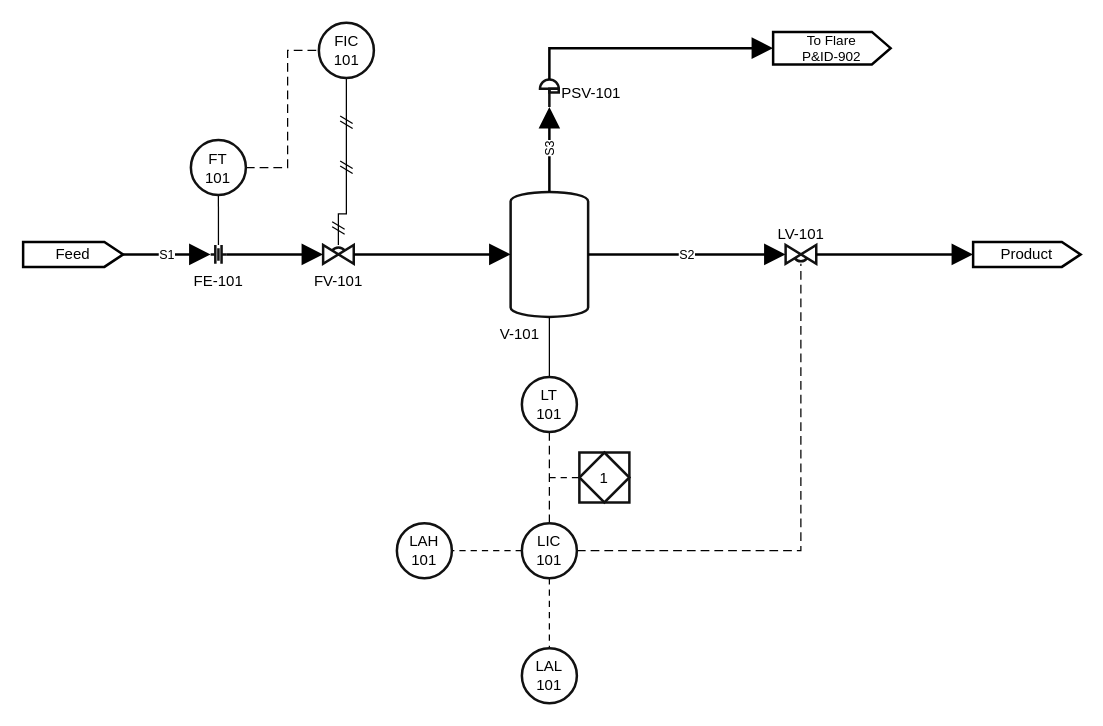
Before: drawio-samples/04_control_loop.drawio in Alpha9463/pandid, a draw.io diagram. Source tidied: cells renumbered, new cells numbered last; positions are measured from the earlier drawing's top-left corner, leaving out a move shared by most shapes. Both pictures are drawn from the tidied source at 125%, with x=0, y=0 at pixel (22, 22).
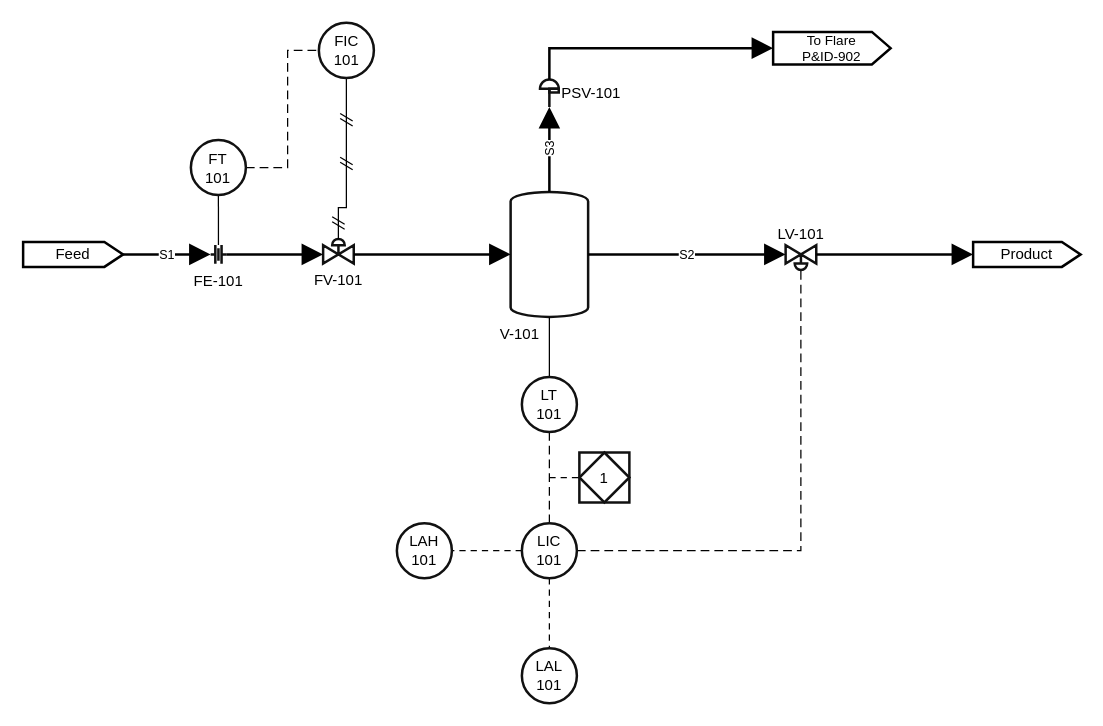
The same diagram, later.

Commit message (it also covers changes not shown here):
chore(drawio): regenerate the samples over the control-valve actuator

The change refers to these unchanged cells:
```xml
<mxCell id="4" value="V-101" style="html=1;shape=mxgraph.pid.vessels.pressurized_vessel;outlineConnect=0;strokeColor=#111;fillColor=none;strokeWidth=2;verticalLabelPosition=bottom;verticalAlign=top;align=center;fontSize=12;" parent="1" vertex="1">
  <mxGeometry x="390" y="135" width="62" height="100" as="geometry">
    <mxPoint x="-24" as="offset" />
  </mxGeometry>
</mxCell>
<mxCell id="5" value="FE-101" style="html=1;shape=mxgraph.pid.valves.orifice;outlineConnect=0;strokeColor=#111;fillColor=none;strokeWidth=2;verticalLabelPosition=bottom;verticalAlign=top;align=center;fontSize=12;" parent="1" vertex="1">
  <mxGeometry x="150" y="177.5" width="12.5" height="15" as="geometry" />
</mxCell>
<mxCell id="7" value="Product" style="html=1;shape=offPageConnector;size=0.174419;direction=north;anchorPointDirection=0;legacyAnchorPoints=1;rounded=0;whiteSpace=wrap;strokeColor=#000000;fillColor=none;strokeWidth=2;verticalLabelPosition=middle;verticalAlign=middle;align=center;fontSize=12;" parent="1" vertex="1">
  <mxGeometry x="760" y="175" width="86" height="20" as="geometry" />
</mxCell>
<mxCell id="33" value="FIC&lt;br&gt;101" style="html=1;shape=ellipse;rounded=0;whiteSpace=wrap;strokeColor=#111;fillColor=#ffffff;strokeWidth=2;verticalLabelPosition=middle;verticalAlign=middle;align=center;fontSize=12;" parent="1" vertex="1">
  <mxGeometry x="236.6" y="-0.2" width="44" height="44" as="geometry" />
</mxCell>
```

The edit, as a diff of the source:
```diff
@@
-    <mxCell id="3" value="FV-101" style="html=1;shape=mxgraph.pid.valves.diaphragm;outlineConnect=0;strokeColor=#111;fillColor=none;strokeWidth=2;verticalLabelPosition=bottom;verticalAlign=top;align=center;fontSize=12;" parent="1" vertex="1">
-      <mxGeometry x="240" y="177.5" width="24.5" height="15" as="geometry" />
+    <mxCell id="3" value="FV-101" style="html=1;shape=mxgraph.pid.valves.pneumatic_operated;outlineConnect=0;strokeColor=#111;fillColor=none;strokeWidth=2;verticalLabelPosition=bottom;verticalAlign=top;align=center;fontSize=12;" parent="1" vertex="1">
+      <mxGeometry x="240" y="172.6" width="24.5" height="19.8" as="geometry" />
     </mxCell>
@@
-    <mxCell id="6" value="LV-101" style="html=1;shape=mxgraph.pid.valves.diaphragm;outlineConnect=0;strokeColor=#111;fillColor=none;strokeWidth=2;verticalLabelPosition=top;verticalAlign=bottom;align=center;fontSize=12;flipV=1;" parent="1" vertex="1">
-      <mxGeometry x="610" y="177.5" width="24.5" height="15" as="geometry" />
+    <mxCell id="6" value="LV-101" style="html=1;shape=mxgraph.pid.valves.pneumatic_operated;outlineConnect=0;strokeColor=#111;fillColor=none;strokeWidth=2;verticalLabelPosition=top;verticalAlign=bottom;align=center;fontSize=12;flipV=1;" parent="1" vertex="1">
+      <mxGeometry x="610" y="177.6" width="24.5" height="19.8" as="geometry" />
     </mxCell>
@@
-    <mxCell id="11" style="html=1;edgeStyle=none;rounded=0;jettySize=auto;exitX=1;exitY=0.5;exitDx=0;exitDy=0;exitPerimeter=0;entryX=0;entryY=0.5;entryDx=0;entryDy=0;entryPerimeter=0;strokeColor=#000000;strokeWidth=2;endArrow=block;endFill=1;endSize=12;startArrow=none;" parent="1" edge="1" source="5" target="3">
+    <mxCell id="11" style="html=1;edgeStyle=none;rounded=0;jettySize=auto;exitX=1;exitY=0.5;exitDx=0;exitDy=0;exitPerimeter=0;entryX=0;entryY=0.626263;entryDx=0;entryDy=0;entryPerimeter=0;strokeColor=#000000;strokeWidth=2;endArrow=block;endFill=1;endSize=12;startArrow=none;" parent="1" edge="1" source="5" target="3">
       <mxGeometry relative="1" as="geometry" />
     </mxCell>
-    <mxCell id="12" style="html=1;edgeStyle=none;rounded=0;jettySize=auto;exitX=1;exitY=0.5;exitDx=0;exitDy=0;exitPerimeter=0;entryX=0;entryY=0.5;entryDx=0;entryDy=0;entryPerimeter=0;strokeColor=#000000;strokeWidth=2;endArrow=block;endFill=1;endSize=12;startArrow=none;" parent="1" edge="1" source="3" target="4">
+    <mxCell id="12" style="html=1;edgeStyle=none;rounded=0;jettySize=auto;exitX=1;exitY=0.626263;exitDx=0;exitDy=0;exitPerimeter=0;entryX=0;entryY=0.5;entryDx=0;entryDy=0;entryPerimeter=0;strokeColor=#000000;strokeWidth=2;endArrow=block;endFill=1;endSize=12;startArrow=none;" parent="1" edge="1" source="3" target="4">
       <mxGeometry relative="1" as="geometry" />
     </mxCell>
-    <mxCell id="13" value="S2" style="html=1;edgeStyle=none;rounded=0;jettySize=auto;exitX=1;exitY=0.5;exitDx=0;exitDy=0;exitPerimeter=0;entryX=0;entryY=0.5;entryDx=0;entryDy=0;entryPerimeter=0;strokeColor=#000000;strokeWidth=2;endArrow=block;endFill=1;endSize=12;startArrow=none;labelBackgroundColor=#ffffff;verticalAlign=middle;align=center;fontSize=10;" parent="1" edge="1" source="4" target="6">
+    <mxCell id="13" value="S2" style="html=1;edgeStyle=none;rounded=0;jettySize=auto;exitX=1;exitY=0.5;exitDx=0;exitDy=0;exitPerimeter=0;entryX=0;entryY=0.626263;entryDx=0;entryDy=0;entryPerimeter=0;strokeColor=#000000;strokeWidth=2;endArrow=block;endFill=1;endSize=12;startArrow=none;labelBackgroundColor=#ffffff;verticalAlign=middle;align=center;fontSize=10;" parent="1" edge="1" source="4" target="6">
       <mxGeometry relative="1" as="geometry" />
     </mxCell>
-    <mxCell id="14" style="html=1;edgeStyle=none;rounded=0;jettySize=auto;exitX=1;exitY=0.5;exitDx=0;exitDy=0;exitPerimeter=0;entryX=0;entryY=0.5;entryDx=0;entryDy=0;entryPerimeter=0;strokeColor=#000000;strokeWidth=2;endArrow=block;endFill=1;endSize=12;startArrow=none;" parent="1" edge="1" source="6" target="7">
+    <mxCell id="14" style="html=1;edgeStyle=none;rounded=0;jettySize=auto;exitX=1;exitY=0.626263;exitDx=0;exitDy=0;exitPerimeter=0;entryX=0;entryY=0.5;entryDx=0;entryDy=0;entryPerimeter=0;strokeColor=#000000;strokeWidth=2;endArrow=block;endFill=1;endSize=12;startArrow=none;" parent="1" edge="1" source="6" target="7">
       <mxGeometry relative="1" as="geometry" />
     </mxCell>
@@
     <mxCell id="18" style="html=1;edgeStyle=none;rounded=0;jettySize=auto;exitX=0.5;exitY=1;exitDx=0;exitDy=0;exitPerimeter=0;entryX=0.497959;entryY=0;entryDx=0;entryDy=0;entryPerimeter=0;strokeColor=#000000;strokeWidth=1;endArrow=none;startArrow=none;" parent="1" edge="1" source="33" target="3">
       <mxGeometry relative="1" as="geometry">
         <Array as="points">
-          <mxPoint x="258.6" y="152.5" />
-          <mxPoint x="252.2" y="152.5" />
+          <mxPoint x="258.6" y="147.6" />
+          <mxPoint x="252.2" y="147.6" />
         </Array>
       </mxGeometry>
     </mxCell>
     <mxCell id="19" style="shape=line;rotation=30.96;strokeColor=#000000;strokeWidth=1;fillColor=none;html=1;" parent="18" vertex="1">
-      <mxGeometry x="-0.48" width="11.66" height="11.66" relative="1" as="geometry">
+      <mxGeometry x="-0.49" width="11.66" height="11.66" relative="1" as="geometry">
         <mxPoint x="-5.8" y="-8.3" as="offset" />
       </mxGeometry>
     </mxCell>
     <mxCell id="20" style="shape=line;rotation=30.96;strokeColor=#000000;strokeWidth=1;fillColor=none;html=1;" parent="18" vertex="1">
-      <mxGeometry x="-0.48" width="11.66" height="11.66" relative="1" as="geometry">
+      <mxGeometry x="-0.49" width="11.66" height="11.66" relative="1" as="geometry">
         <mxPoint x="-5.8" y="-4.3" as="offset" />
       </mxGeometry>
     </mxCell>
     <mxCell id="21" style="shape=line;rotation=30.96;strokeColor=#000000;strokeWidth=1;fillColor=none;html=1;" parent="18" vertex="1">
-      <mxGeometry x="0.03" width="11.66" height="11.66" relative="1" as="geometry">
+      <mxGeometry x="0.02" width="11.66" height="11.66" relative="1" as="geometry">
         <mxPoint x="-5.8" y="-8.3" as="offset" />
       </mxGeometry>
     </mxCell>
     <mxCell id="22" style="shape=line;rotation=30.96;strokeColor=#000000;strokeWidth=1;fillColor=none;html=1;" parent="18" vertex="1">
-      <mxGeometry x="0.03" width="11.66" height="11.66" relative="1" as="geometry">
+      <mxGeometry x="0.02" width="11.66" height="11.66" relative="1" as="geometry">
         <mxPoint x="-5.8" y="-4.3" as="offset" />
       </mxGeometry>
     </mxCell>
```
